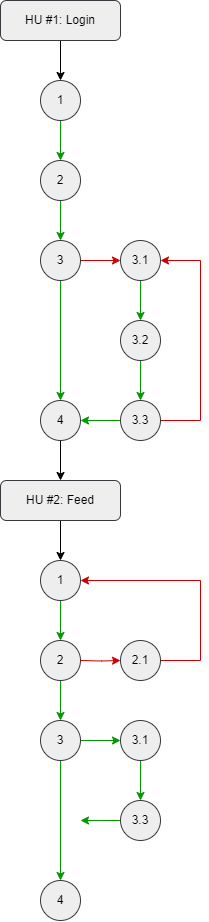
Chateau03/Chateau03 keeps this draw.io diagram as Mapa navegacional específico de la aplicación.drawio.png. Above is the earlier version. Source tidied: cells renumbered, new cells last; positions are measured from the earlier drawing's top-left corner, leaving out a move shared by most shapes.
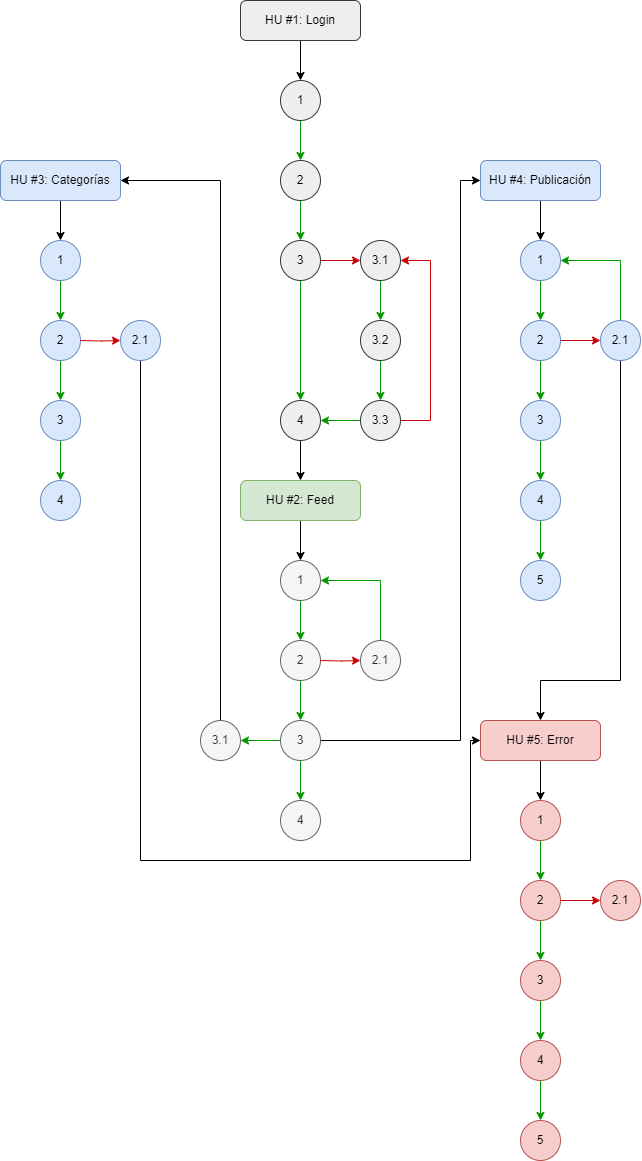
Above is the later version.

Diff of the diagram source:
```diff
@@ -53,8 +53,8 @@
     <mxCell id="18" style="edgeStyle=orthogonalEdgeStyle;rounded=0;jettySize=auto;html=1;entryX=1;entryY=0.5;entryDx=0;entryDy=0;strokeColor=#CC0000;" parent="1" edge="1" source="19" target="14">
       <mxGeometry relative="1" as="geometry">
         <Array as="points">
-          <mxPoint x="200" y="420" />
-          <mxPoint x="200" y="260" />
+          <mxPoint x="190" y="420" />
+          <mxPoint x="190" y="260" />
         </Array>
       </mxGeometry>
     </mxCell>
@@ -64,19 +64,19 @@
     <mxCell id="20" style="edgeStyle=orthogonalEdgeStyle;rounded=0;jettySize=auto;html=1;" parent="1" edge="1" source="21" target="23">
       <mxGeometry relative="1" as="geometry" />
     </mxCell>
-    <mxCell id="21" value="HU #2: Feed" style="rounded=1;whiteSpace=wrap;html=1;fillColor=#eeeeee;strokeColor=#36393d;" parent="1" vertex="1">
+    <mxCell id="21" value="HU #2: Feed" style="rounded=1;whiteSpace=wrap;html=1;fillColor=#d5e8d4;strokeColor=#82b366;" parent="1" vertex="1">
       <mxGeometry y="480" width="120" height="40" as="geometry" />
     </mxCell>
     <mxCell id="22" style="edgeStyle=orthogonalEdgeStyle;rounded=0;jettySize=auto;html=1;strokeColor=#009900;" parent="1" edge="1" source="23" target="25">
       <mxGeometry relative="1" as="geometry" />
     </mxCell>
-    <mxCell id="23" value="1" style="ellipse;whiteSpace=wrap;html=1;fillColor=#eeeeee;strokeColor=#36393d;rounded=1;" parent="1" vertex="1">
+    <mxCell id="23" value="1" style="ellipse;whiteSpace=wrap;html=1;fillColor=#f5f5f5;strokeColor=#666666;rounded=1;fontColor=#333333;" parent="1" vertex="1">
       <mxGeometry x="40" y="560" width="40" height="40" as="geometry" />
     </mxCell>
     <mxCell id="24" style="edgeStyle=orthogonalEdgeStyle;rounded=0;jettySize=auto;html=1;strokeColor=#009900;" parent="1" edge="1" source="25" target="29">
       <mxGeometry relative="1" as="geometry" />
     </mxCell>
-    <mxCell id="25" value="2" style="ellipse;whiteSpace=wrap;html=1;fillColor=#eeeeee;strokeColor=#36393d;rounded=1;" parent="1" vertex="1">
+    <mxCell id="25" value="2" style="ellipse;whiteSpace=wrap;html=1;fillColor=#f5f5f5;strokeColor=#666666;rounded=1;fontColor=#333333;" parent="1" vertex="1">
       <mxGeometry x="40" y="640" width="40" height="40" as="geometry" />
     </mxCell>
     <mxCell id="26" style="edgeStyle=orthogonalEdgeStyle;rounded=0;jettySize=auto;html=1;strokeColor=#009900;" parent="1" edge="1" source="29" target="30">
@@ -87,39 +87,179 @@
         <mxPoint x="80" y="660" as="sourcePoint" />
       </mxGeometry>
     </mxCell>
-    <mxCell id="28" style="edgeStyle=orthogonalEdgeStyle;rounded=0;jettySize=auto;html=1;entryX=0;entryY=0.5;entryDx=0;entryDy=0;strokeColor=#009900;" parent="1" edge="1" source="29" target="34">
+    <mxCell id="28" style="edgeStyle=orthogonalEdgeStyle;rounded=0;jettySize=auto;html=1;entryX=1;entryY=0.5;entryDx=0;entryDy=0;strokeColor=#009900;" parent="1" edge="1" source="29" target="34">
       <mxGeometry relative="1" as="geometry" />
     </mxCell>
+    <mxCell id="37" style="edgeStyle=orthogonalEdgeStyle;rounded=0;jettySize=auto;html=1;exitX=1;exitY=0.5;exitDx=0;exitDy=0;entryX=0;entryY=0.5;entryDx=0;entryDy=0;strokeColor=#000000;" parent="1" edge="1" source="29" target="52">
+      <mxGeometry relative="1" as="geometry">
+        <Array as="points">
+          <mxPoint x="220" y="740" />
+          <mxPoint x="220" y="180" />
+        </Array>
+      </mxGeometry>
+    </mxCell>
-    <mxCell id="29" value="3" style="ellipse;whiteSpace=wrap;html=1;fillColor=#eeeeee;strokeColor=#36393d;rounded=1;" parent="1" vertex="1">
+    <mxCell id="29" value="3" style="ellipse;whiteSpace=wrap;html=1;fillColor=#f5f5f5;strokeColor=#666666;rounded=1;fontColor=#333333;" parent="1" vertex="1">
       <mxGeometry x="40" y="720" width="40" height="40" as="geometry" />
     </mxCell>
-    <mxCell id="30" value="4" style="ellipse;whiteSpace=wrap;html=1;fillColor=#eeeeee;strokeColor=#36393d;rounded=1;" parent="1" vertex="1">
-      <mxGeometry x="40" y="880" width="40" height="40" as="geometry" />
+    <mxCell id="30" value="4" style="ellipse;whiteSpace=wrap;html=1;fillColor=#f5f5f5;strokeColor=#666666;rounded=1;fontColor=#333333;" parent="1" vertex="1">
+      <mxGeometry x="40" y="800" width="40" height="40" as="geometry" />
     </mxCell>
-    <mxCell id="31" style="edgeStyle=orthogonalEdgeStyle;rounded=0;jettySize=auto;html=1;entryX=1;entryY=0.5;entryDx=0;entryDy=0;strokeColor=#CC0000;" parent="1" edge="1" source="32" target="23">
+    <mxCell id="31" style="edgeStyle=orthogonalEdgeStyle;rounded=0;jettySize=auto;html=1;entryX=1;entryY=0.5;entryDx=0;entryDy=0;strokeColor=#009900;" parent="1" edge="1" source="32" target="23">
       <mxGeometry relative="1" as="geometry">
         <Array as="points">
-          <mxPoint x="200" y="660" />
-          <mxPoint x="200" y="580" />
+          <mxPoint x="140" y="580" />
         </Array>
       </mxGeometry>
     </mxCell>
-    <mxCell id="32" value="2.1" style="ellipse;whiteSpace=wrap;html=1;fillColor=#eeeeee;strokeColor=#36393d;rounded=1;" parent="1" vertex="1">
+    <mxCell id="32" value="2.1" style="ellipse;whiteSpace=wrap;html=1;fillColor=#f5f5f5;strokeColor=#666666;rounded=1;fontColor=#333333;" parent="1" vertex="1">
       <mxGeometry x="120" y="640" width="40" height="40" as="geometry" />
     </mxCell>
-    <mxCell id="33" style="edgeStyle=orthogonalEdgeStyle;rounded=0;jettySize=auto;html=1;strokeColor=#009900;" parent="1" edge="1" source="34" target="36">
-      <mxGeometry relative="1" as="geometry" />
-    </mxCell>
+    <mxCell id="38" style="edgeStyle=orthogonalEdgeStyle;rounded=0;jettySize=auto;html=1;strokeColor=#000000;entryX=1;entryY=0.5;entryDx=0;entryDy=0;exitX=0.5;exitY=0;exitDx=0;exitDy=0;" parent="1" edge="1" source="34" target="40">
+      <mxGeometry relative="1" as="geometry">
+        <Array as="points">
+          <mxPoint x="-20" y="180" />
+        </Array>
+      </mxGeometry>
+    </mxCell>
-    <mxCell id="34" value="3.1" style="ellipse;whiteSpace=wrap;html=1;fillColor=#eeeeee;strokeColor=#36393d;rounded=1;" parent="1" vertex="1">
-      <mxGeometry x="120" y="720" width="40" height="40" as="geometry" />
+    <mxCell id="34" value="3.1" style="ellipse;whiteSpace=wrap;html=1;fillColor=#f5f5f5;strokeColor=#666666;rounded=1;fontColor=#333333;" parent="1" vertex="1">
+      <mxGeometry x="-40" y="720" width="40" height="40" as="geometry" />
     </mxCell>
-    <mxCell id="35" style="edgeStyle=orthogonalEdgeStyle;rounded=0;jettySize=auto;html=1;strokeColor=#009900;" parent="1" edge="1" source="36">
-      <mxGeometry relative="1" as="geometry">
-        <mxPoint x="80" y="820" as="targetPoint" />
-      </mxGeometry>
-    </mxCell>
-    <mxCell id="36" value="3.3" style="ellipse;whiteSpace=wrap;html=1;fillColor=#eeeeee;strokeColor=#36393d;rounded=1;" parent="1" vertex="1">
-      <mxGeometry x="120" y="800" width="40" height="40" as="geometry" />
-    </mxCell>
+    <mxCell id="39" style="edgeStyle=orthogonalEdgeStyle;rounded=0;jettySize=auto;html=1;" parent="1" edge="1" source="40" target="42">
+      <mxGeometry relative="1" as="geometry" />
+    </mxCell>
+    <mxCell id="40" value="HU #3: Categorías" style="rounded=1;whiteSpace=wrap;html=1;fillColor=#dae8fc;strokeColor=#6c8ebf;" parent="1" vertex="1">
+      <mxGeometry x="-240" y="160" width="120" height="40" as="geometry" />
+    </mxCell>
+    <mxCell id="41" style="edgeStyle=orthogonalEdgeStyle;rounded=0;jettySize=auto;html=1;strokeColor=#009900;" parent="1" edge="1" source="42" target="44">
+      <mxGeometry relative="1" as="geometry" />
+    </mxCell>
+    <mxCell id="42" value="1" style="ellipse;whiteSpace=wrap;html=1;fillColor=#dae8fc;strokeColor=#6c8ebf;rounded=1;" parent="1" vertex="1">
+      <mxGeometry x="-200" y="240" width="40" height="40" as="geometry" />
+    </mxCell>
+    <mxCell id="43" style="edgeStyle=orthogonalEdgeStyle;rounded=0;jettySize=auto;html=1;strokeColor=#009900;" parent="1" edge="1" source="44" target="47">
+      <mxGeometry relative="1" as="geometry" />
+    </mxCell>
+    <mxCell id="44" value="2" style="ellipse;whiteSpace=wrap;html=1;fillColor=#dae8fc;strokeColor=#6c8ebf;rounded=1;" parent="1" vertex="1">
+      <mxGeometry x="-200" y="320" width="40" height="40" as="geometry" />
+    </mxCell>
+    <mxCell id="45" style="edgeStyle=orthogonalEdgeStyle;rounded=0;jettySize=auto;html=1;strokeColor=#009900;" parent="1" edge="1" source="47" target="48">
+      <mxGeometry relative="1" as="geometry" />
+    </mxCell>
+    <mxCell id="46" style="edgeStyle=orthogonalEdgeStyle;rounded=0;jettySize=auto;html=1;strokeColor=#CC0000;" parent="1" edge="1" target="50">
+      <mxGeometry relative="1" as="geometry">
+        <mxPoint x="-160" y="340" as="sourcePoint" />
+      </mxGeometry>
+    </mxCell>
+    <mxCell id="47" value="3" style="ellipse;whiteSpace=wrap;html=1;fillColor=#dae8fc;strokeColor=#6c8ebf;rounded=1;" parent="1" vertex="1">
+      <mxGeometry x="-200" y="400" width="40" height="40" as="geometry" />
+    </mxCell>
+    <mxCell id="48" value="4" style="ellipse;whiteSpace=wrap;html=1;fillColor=#dae8fc;strokeColor=#6c8ebf;rounded=1;" parent="1" vertex="1">
+      <mxGeometry x="-200" y="480" width="40" height="40" as="geometry" />
+    </mxCell>
+    <mxCell id="49" style="edgeStyle=orthogonalEdgeStyle;rounded=0;jettySize=auto;html=1;exitX=0.5;exitY=1;exitDx=0;exitDy=0;entryX=0;entryY=0.5;entryDx=0;entryDy=0;" parent="1" edge="1" source="50" target="67">
+      <mxGeometry relative="1" as="geometry">
+        <Array as="points">
+          <mxPoint x="-100" y="860" />
+          <mxPoint x="230" y="860" />
+          <mxPoint x="230" y="740" />
+        </Array>
+      </mxGeometry>
+    </mxCell>
+    <mxCell id="50" value="2.1" style="ellipse;whiteSpace=wrap;html=1;fillColor=#dae8fc;strokeColor=#6c8ebf;rounded=1;" parent="1" vertex="1">
+      <mxGeometry x="-120" y="320" width="40" height="40" as="geometry" />
+    </mxCell>
+    <mxCell id="51" style="edgeStyle=orthogonalEdgeStyle;rounded=0;jettySize=auto;html=1;" parent="1" edge="1" source="52" target="54">
+      <mxGeometry relative="1" as="geometry" />
+    </mxCell>
+    <mxCell id="52" value="HU #4: Publicación" style="rounded=1;whiteSpace=wrap;html=1;fillColor=#dae8fc;strokeColor=#6c8ebf;" parent="1" vertex="1">
+      <mxGeometry x="240" y="160" width="120" height="40" as="geometry" />
+    </mxCell>
+    <mxCell id="53" style="edgeStyle=orthogonalEdgeStyle;rounded=0;jettySize=auto;html=1;strokeColor=#009900;" parent="1" edge="1" source="54" target="57">
+      <mxGeometry relative="1" as="geometry" />
+    </mxCell>
+    <mxCell id="54" value="1" style="ellipse;whiteSpace=wrap;html=1;fillColor=#dae8fc;strokeColor=#6c8ebf;rounded=1;" parent="1" vertex="1">
+      <mxGeometry x="280" y="240" width="40" height="40" as="geometry" />
+    </mxCell>
+    <mxCell id="55" style="edgeStyle=orthogonalEdgeStyle;rounded=0;jettySize=auto;html=1;strokeColor=#009900;" parent="1" edge="1" source="57" target="59">
+      <mxGeometry relative="1" as="geometry" />
+    </mxCell>
+    <mxCell id="56" style="edgeStyle=orthogonalEdgeStyle;rounded=0;jettySize=auto;html=1;strokeColor=#CC0000;" parent="1" edge="1" source="57" target="65">
+      <mxGeometry relative="1" as="geometry" />
+    </mxCell>
+    <mxCell id="57" value="2" style="ellipse;whiteSpace=wrap;html=1;fillColor=#dae8fc;strokeColor=#6c8ebf;rounded=1;" parent="1" vertex="1">
+      <mxGeometry x="280" y="320" width="40" height="40" as="geometry" />
+    </mxCell>
+    <mxCell id="58" style="edgeStyle=orthogonalEdgeStyle;rounded=0;jettySize=auto;html=1;strokeColor=#009900;" parent="1" edge="1" source="59" target="61">
+      <mxGeometry relative="1" as="geometry" />
+    </mxCell>
+    <mxCell id="59" value="3" style="ellipse;whiteSpace=wrap;html=1;fillColor=#dae8fc;strokeColor=#6c8ebf;rounded=1;" parent="1" vertex="1">
+      <mxGeometry x="280" y="400" width="40" height="40" as="geometry" />
+    </mxCell>
+    <mxCell id="60" style="edgeStyle=orthogonalEdgeStyle;rounded=0;jettySize=auto;html=1;strokeColor=#009900;" parent="1" edge="1" source="61" target="62">
+      <mxGeometry relative="1" as="geometry" />
+    </mxCell>
+    <mxCell id="61" value="4" style="ellipse;whiteSpace=wrap;html=1;fillColor=#dae8fc;strokeColor=#6c8ebf;rounded=1;" parent="1" vertex="1">
+      <mxGeometry x="280" y="480" width="40" height="40" as="geometry" />
+    </mxCell>
+    <mxCell id="62" value="5" style="ellipse;whiteSpace=wrap;html=1;fillColor=#dae8fc;strokeColor=#6c8ebf;rounded=1;" parent="1" vertex="1">
+      <mxGeometry x="280" y="560" width="40" height="40" as="geometry" />
+    </mxCell>
+    <mxCell id="63" style="edgeStyle=orthogonalEdgeStyle;rounded=0;jettySize=auto;html=1;entryX=1;entryY=0.5;entryDx=0;entryDy=0;strokeColor=#009900;" parent="1" edge="1" source="65" target="54">
+      <mxGeometry relative="1" as="geometry">
+        <Array as="points">
+          <mxPoint x="380" y="260" />
+        </Array>
+      </mxGeometry>
+    </mxCell>
+    <mxCell id="64" style="edgeStyle=orthogonalEdgeStyle;rounded=0;jettySize=auto;html=1;entryX=0.5;entryY=0;entryDx=0;entryDy=0;" parent="1" edge="1" source="65" target="67">
+      <mxGeometry relative="1" as="geometry">
+        <Array as="points">
+          <mxPoint x="380" y="680" />
+          <mxPoint x="300" y="680" />
+        </Array>
+      </mxGeometry>
+    </mxCell>
+    <mxCell id="65" value="2.1" style="ellipse;whiteSpace=wrap;html=1;fillColor=#dae8fc;strokeColor=#6c8ebf;rounded=1;" parent="1" vertex="1">
+      <mxGeometry x="360" y="320" width="40" height="40" as="geometry" />
+    </mxCell>
+    <mxCell id="66" style="edgeStyle=orthogonalEdgeStyle;rounded=0;jettySize=auto;html=1;" parent="1" edge="1" source="67" target="69">
+      <mxGeometry relative="1" as="geometry" />
+    </mxCell>
+    <mxCell id="67" value="HU #5: Error" style="rounded=1;whiteSpace=wrap;html=1;fillColor=#f8cecc;strokeColor=#b85450;" parent="1" vertex="1">
+      <mxGeometry x="240" y="720" width="120" height="40" as="geometry" />
+    </mxCell>
+    <mxCell id="68" style="edgeStyle=orthogonalEdgeStyle;rounded=0;jettySize=auto;html=1;strokeColor=#009900;" parent="1" edge="1" source="69" target="72">
+      <mxGeometry relative="1" as="geometry" />
+    </mxCell>
+    <mxCell id="69" value="1" style="ellipse;whiteSpace=wrap;html=1;fillColor=#f8cecc;strokeColor=#b85450;rounded=1;" parent="1" vertex="1">
+      <mxGeometry x="280" y="800" width="40" height="40" as="geometry" />
+    </mxCell>
+    <mxCell id="70" style="edgeStyle=orthogonalEdgeStyle;rounded=0;jettySize=auto;html=1;strokeColor=#009900;" parent="1" edge="1" source="72" target="74">
+      <mxGeometry relative="1" as="geometry" />
+    </mxCell>
+    <mxCell id="71" style="edgeStyle=orthogonalEdgeStyle;rounded=0;jettySize=auto;html=1;strokeColor=#CC0000;" parent="1" edge="1" source="72" target="77">
+      <mxGeometry relative="1" as="geometry" />
+    </mxCell>
+    <mxCell id="72" value="2" style="ellipse;whiteSpace=wrap;html=1;fillColor=#f8cecc;strokeColor=#b85450;rounded=1;" parent="1" vertex="1">
+      <mxGeometry x="280" y="880" width="40" height="40" as="geometry" />
+    </mxCell>
+    <mxCell id="73" style="edgeStyle=orthogonalEdgeStyle;rounded=0;jettySize=auto;html=1;strokeColor=#009900;" parent="1" edge="1" source="74" target="76">
+      <mxGeometry relative="1" as="geometry" />
+    </mxCell>
+    <mxCell id="74" value="3" style="ellipse;whiteSpace=wrap;html=1;fillColor=#f8cecc;strokeColor=#b85450;rounded=1;" parent="1" vertex="1">
+      <mxGeometry x="280" y="960" width="40" height="40" as="geometry" />
+    </mxCell>
+    <mxCell id="75" style="edgeStyle=orthogonalEdgeStyle;rounded=0;jettySize=auto;html=1;strokeColor=#009900;" parent="1" edge="1" source="76" target="78">
+      <mxGeometry relative="1" as="geometry" />
+    </mxCell>
+    <mxCell id="76" value="4" style="ellipse;whiteSpace=wrap;html=1;fillColor=#f8cecc;strokeColor=#b85450;rounded=1;" parent="1" vertex="1">
+      <mxGeometry x="280" y="1040" width="40" height="40" as="geometry" />
+    </mxCell>
+    <mxCell id="77" value="2.1" style="ellipse;whiteSpace=wrap;html=1;fillColor=#f8cecc;strokeColor=#b85450;rounded=1;" parent="1" vertex="1">
+      <mxGeometry x="360" y="880" width="40" height="40" as="geometry" />
+    </mxCell>
+    <mxCell id="78" value="5" style="ellipse;whiteSpace=wrap;html=1;fillColor=#f8cecc;strokeColor=#b85450;rounded=1;" parent="1" vertex="1">
+      <mxGeometry x="280" y="1120" width="40" height="40" as="geometry" />
+    </mxCell>
   </root>
 </mxGraphModel>
```
